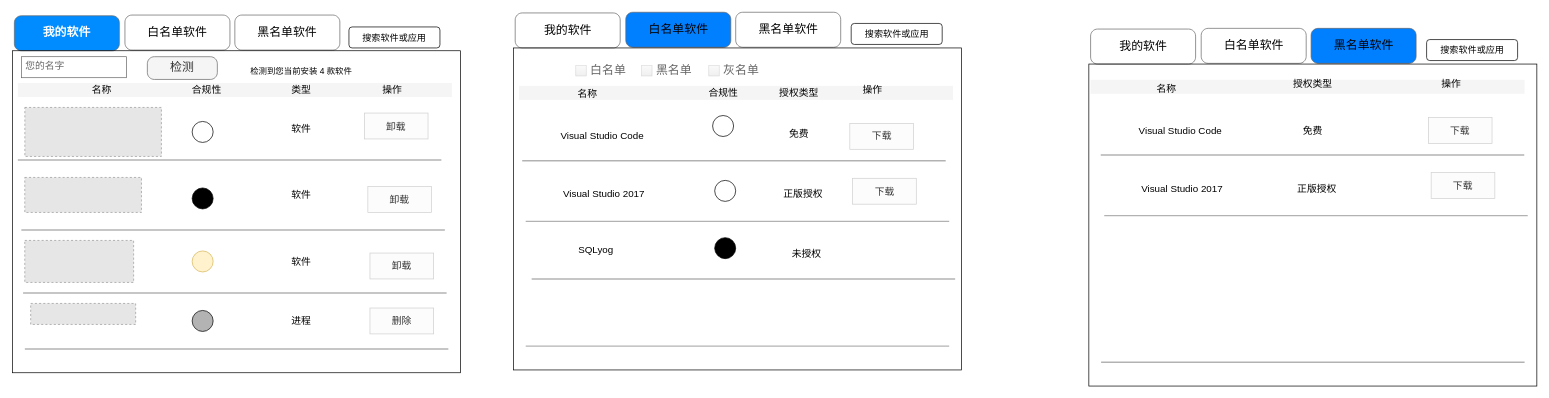
This is 正版软件管理.drawio from mashifei/uml, a draw.io file, before an edit. Source tidied: cells renumbered, new cells numbered last; positions are measured from the earlier drawing's top-left corner, leaving out a move shared by most shapes. Both pictures are drawn from the tidied source at 70%, with x=0, y=0 at pixel (13, 12). Pictures stored in the file or linked from it are replaced by grey dashed boxes.
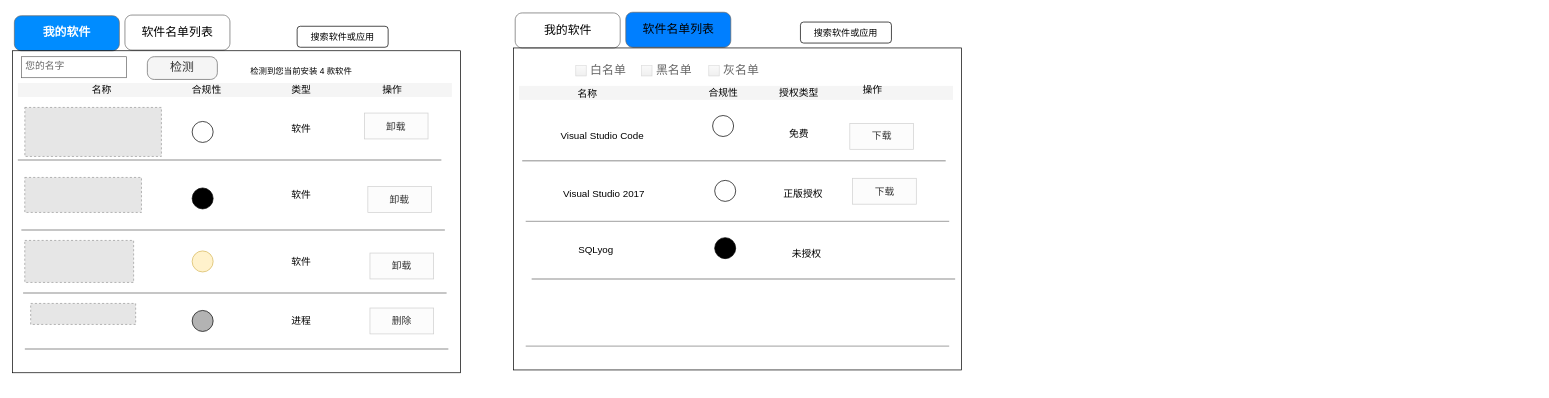
After the change.

Commit message:
更新正版软件管理.drawio

The edit, as a diff of the source:
```diff
@@
-    <mxCell id="3" value="&lt;font color=&quot;#000000&quot;&gt;白名单软件&lt;/font&gt;" style="strokeWidth=1;shadow=0;dashed=0;align=center;html=1;shape=mxgraph.mockup.buttons.button;strokeColor=#666666;fontColor=#ffffff;mainText=;buttonStyle=round;fontSize=17;fontStyle=0;whiteSpace=wrap;fillColor=none;" parent="1" vertex="1">
+    <mxCell id="3" value="&lt;span style=&quot;color: rgb(0 , 0 , 0)&quot;&gt;软件名单列表&lt;/span&gt;" style="strokeWidth=1;shadow=0;dashed=0;align=center;html=1;shape=mxgraph.mockup.buttons.button;strokeColor=#666666;fontColor=#ffffff;mainText=;buttonStyle=round;fontSize=17;fontStyle=0;whiteSpace=wrap;fillColor=none;" parent="1" vertex="1">
       <mxGeometry x="160" y="4" width="150" height="50" as="geometry" />
     </mxCell>
-    <mxCell id="4" value="&lt;font color=&quot;#000000&quot;&gt;黑名单软件&lt;/font&gt;" style="strokeWidth=1;shadow=0;dashed=0;align=center;html=1;shape=mxgraph.mockup.buttons.button;strokeColor=#666666;fontColor=#ffffff;mainText=;buttonStyle=round;fontSize=17;fontStyle=0;whiteSpace=wrap;fillColor=none;" parent="1" vertex="1">
-      <mxGeometry x="317" y="4" width="150" height="50" as="geometry" />
-    </mxCell>
@@
     <mxCell id="9" value="&lt;font style=&quot;font-size: 13px&quot;&gt;搜索软件或应用&lt;/font&gt;" style="rounded=1;whiteSpace=wrap;html=1;shadow=0;sketch=0;fillColor=none;fontSize=14;" parent="1" vertex="1">
-      <mxGeometry x="480" y="21" width="130" height="30" as="geometry" />
+      <mxGeometry x="406" y="20" width="130" height="30" as="geometry" />
     </mxCell>
@@
-    <mxCell id="36" value="&lt;font color=&quot;#000000&quot;&gt;白名单软件&lt;/font&gt;" style="strokeWidth=1;shadow=0;dashed=0;align=center;html=1;shape=mxgraph.mockup.buttons.button;strokeColor=#666666;fontColor=#ffffff;mainText=;buttonStyle=round;fontSize=17;fontStyle=0;whiteSpace=wrap;fillColor=#007FFF;" parent="1" vertex="1">
+    <mxCell id="36" value="&lt;font color=&quot;#000000&quot;&gt;软件名单列表&lt;/font&gt;" style="strokeWidth=1;shadow=0;dashed=0;align=center;html=1;shape=mxgraph.mockup.buttons.button;strokeColor=#666666;fontColor=#ffffff;mainText=;buttonStyle=round;fontSize=17;fontStyle=0;whiteSpace=wrap;fillColor=#007FFF;" parent="1" vertex="1">
       <mxGeometry x="875.5" width="150" height="50" as="geometry" />
     </mxCell>
-    <mxCell id="37" value="&lt;font color=&quot;#000000&quot;&gt;黑名单软件&lt;/font&gt;" style="strokeWidth=1;shadow=0;dashed=0;align=center;html=1;shape=mxgraph.mockup.buttons.button;strokeColor=#666666;fontColor=#ffffff;mainText=;buttonStyle=round;fontSize=17;fontStyle=0;whiteSpace=wrap;fillColor=none;" parent="1" vertex="1">
-      <mxGeometry x="1032.5" width="150" height="50" as="geometry" />
-    </mxCell>
@@
     <mxCell id="39" value="&lt;span style=&quot;font-size: 13px&quot;&gt;搜索软件或应用&lt;/span&gt;" style="rounded=1;whiteSpace=wrap;html=1;shadow=0;sketch=0;fillColor=none;fontSize=14;" parent="1" vertex="1">
-      <mxGeometry x="1197.5" y="16" width="130" height="30" as="geometry" />
+      <mxGeometry x="1125" y="14" width="130" height="30" as="geometry" />
     </mxCell>
@@
-    <mxCell id="53" value="&lt;span style=&quot;font-weight: normal&quot;&gt;&lt;font color=&quot;#000000&quot;&gt;我的软件&lt;/font&gt;&lt;/span&gt;" style="strokeWidth=1;shadow=0;dashed=0;align=center;html=1;shape=mxgraph.mockup.buttons.button;strokeColor=#666666;fontColor=#ffffff;mainText=;buttonStyle=round;fontSize=17;fontStyle=1;whiteSpace=wrap;fillColor=none;" parent="1" vertex="1">
-      <mxGeometry x="1539.5" y="24" width="150" height="50" as="geometry" />
-    </mxCell>
-    <mxCell id="54" value="&lt;font color=&quot;#000000&quot;&gt;白名单软件&lt;/font&gt;" style="strokeWidth=1;shadow=0;dashed=0;align=center;html=1;shape=mxgraph.mockup.buttons.button;strokeColor=#666666;fontColor=#ffffff;mainText=;buttonStyle=round;fontSize=17;fontStyle=0;whiteSpace=wrap;fillColor=none;" parent="1" vertex="1">
-      <mxGeometry x="1697.5" y="23" width="150" height="50" as="geometry" />
-    </mxCell>
-    <mxCell id="55" value="&lt;font color=&quot;#000000&quot;&gt;黑名单软件&lt;/font&gt;" style="strokeWidth=1;shadow=0;dashed=0;align=center;html=1;shape=mxgraph.mockup.buttons.button;strokeColor=#666666;fontColor=#ffffff;mainText=;buttonStyle=round;fontSize=17;fontStyle=0;whiteSpace=wrap;fillColor=#007FFF;" parent="1" vertex="1">
-      <mxGeometry x="1854.5" y="23" width="150" height="50" as="geometry" />
-    </mxCell>
-    <mxCell id="56" style="rounded=0;whiteSpace=wrap;html=1;fillColor=none;" parent="1" vertex="1">
-      <mxGeometry x="1537" y="74" width="640" height="460" as="geometry" />
-    </mxCell>
-    <mxCell id="57" value="&lt;span style=&quot;font-size: 13px&quot;&gt;搜索软件或应用&lt;/span&gt;" style="rounded=1;whiteSpace=wrap;html=1;shadow=0;sketch=0;fillColor=none;fontSize=14;" parent="1" vertex="1">
-      <mxGeometry x="2019.5" y="39" width="130" height="30" as="geometry" />
-    </mxCell>
-    <mxCell id="58" style="line;strokeWidth=2;html=1;shadow=0;sketch=0;fillColor=none;fontSize=14;opacity=30;" parent="1" vertex="1">
-      <mxGeometry x="1554" y="199" width="605" height="10" as="geometry" />
-    </mxCell>
-    <mxCell id="59" style="rounded=0;whiteSpace=wrap;html=1;shadow=0;sketch=0;fillColor=#f5f5f5;fontSize=14;fontColor=#333333;strokeColor=none;" parent="1" vertex="1">
-      <mxGeometry x="1539.5" y="96.5" width="620" height="20" as="geometry" />
-    </mxCell>
-    <mxCell id="60" value="名称" style="text;html=1;strokeColor=none;fillColor=none;align=center;verticalAlign=middle;whiteSpace=wrap;rounded=0;shadow=0;sketch=0;fontSize=14;" parent="1" vertex="1">
-      <mxGeometry x="1562.8" y="99" width="170" height="20" as="geometry" />
-    </mxCell>
-    <mxCell id="61" value="操作" style="text;html=1;strokeColor=none;fillColor=none;align=center;verticalAlign=middle;whiteSpace=wrap;rounded=0;shadow=0;sketch=0;fontSize=14;" parent="1" vertex="1">
-      <mxGeometry x="1969.5" y="92.8" width="170" height="20" as="geometry" />
-    </mxCell>
-    <mxCell id="62" style="line;strokeWidth=2;html=1;shadow=0;sketch=0;fillColor=none;fontSize=14;opacity=30;" parent="1" vertex="1">
-      <mxGeometry x="1559" y="285.5" width="605" height="10" as="geometry" />
-    </mxCell>
-    <mxCell id="63" value="授权类型" style="text;html=1;strokeColor=none;fillColor=none;align=center;verticalAlign=middle;whiteSpace=wrap;rounded=0;shadow=0;sketch=0;fontSize=14;" parent="1" vertex="1">
-      <mxGeometry x="1772" y="92.8" width="170" height="20" as="geometry" />
-    </mxCell>
-    <mxCell id="64" value="免费" style="text;html=1;strokeColor=none;fillColor=none;align=center;verticalAlign=middle;whiteSpace=wrap;rounded=0;shadow=0;sketch=0;fontSize=14;opacity=30;" parent="1" vertex="1">
-      <mxGeometry x="1837" y="159" width="40" height="20" as="geometry" />
-    </mxCell>
-    <mxCell id="65" value="正版授权" style="text;html=1;strokeColor=none;fillColor=none;align=center;verticalAlign=middle;whiteSpace=wrap;rounded=0;shadow=0;sketch=0;fontSize=14;opacity=30;" parent="1" vertex="1">
-      <mxGeometry x="1832" y="242" width="62" height="20" as="geometry" />
-    </mxCell>
-    <mxCell id="66" style="line;strokeWidth=2;html=1;shadow=0;sketch=0;fillColor=none;fontSize=14;opacity=30;" parent="1" vertex="1">
-      <mxGeometry x="1554.5" y="495" width="605" height="10" as="geometry" />
-    </mxCell>
-    <mxCell id="67" value="下载" style="rounded=0;whiteSpace=wrap;html=1;shadow=0;sketch=0;fillColor=#f5f5f5;fontSize=14;opacity=30;strokeColor=#666666;fontColor=#333333;" parent="1" vertex="1">
-      <mxGeometry x="2022" y="150.5" width="91" height="37" as="geometry" />
-    </mxCell>
-    <mxCell id="68" value="下载" style="rounded=0;whiteSpace=wrap;html=1;shadow=0;sketch=0;fillColor=#f5f5f5;fontSize=14;opacity=30;strokeColor=#666666;fontColor=#333333;" parent="1" vertex="1">
-      <mxGeometry x="2026" y="229" width="91" height="37" as="geometry" />
-    </mxCell>
-    <mxCell id="69" value="Visual Studio Code" style="text;html=1;strokeColor=none;fillColor=none;align=center;verticalAlign=middle;whiteSpace=wrap;rounded=0;shadow=0;sketch=0;fontSize=14;opacity=30;" parent="1" vertex="1">
-      <mxGeometry x="1577" y="159" width="182" height="20" as="geometry" />
-    </mxCell>
-    <mxCell id="70" value="Visual Studio 2017" style="text;html=1;strokeColor=none;fillColor=none;align=center;verticalAlign=middle;whiteSpace=wrap;rounded=0;shadow=0;sketch=0;fontSize=14;opacity=30;" parent="1" vertex="1">
-      <mxGeometry x="1559" y="242" width="223" height="20" as="geometry" />
-    </mxCell>
```
